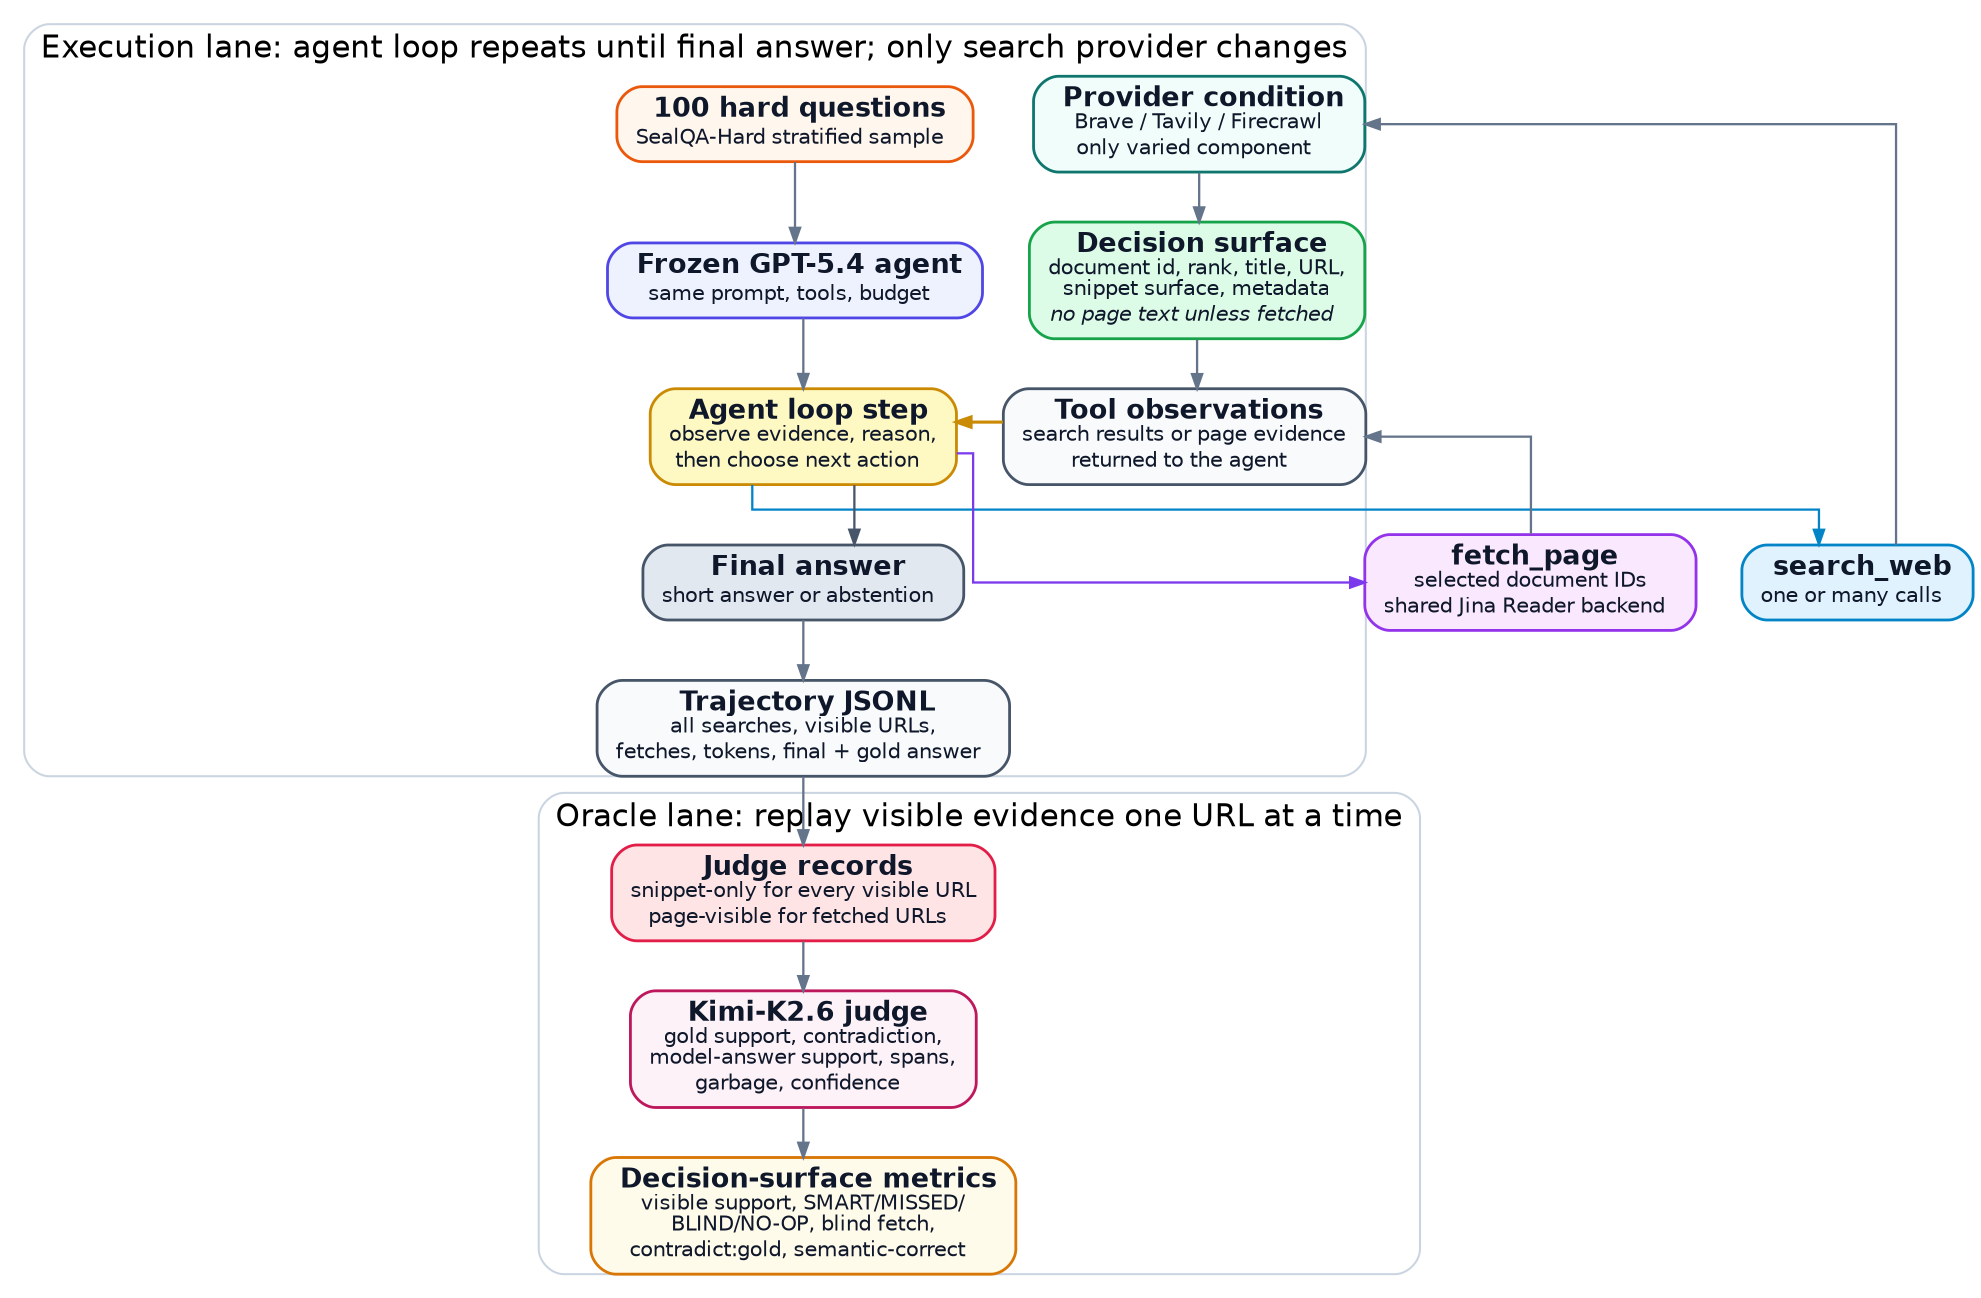
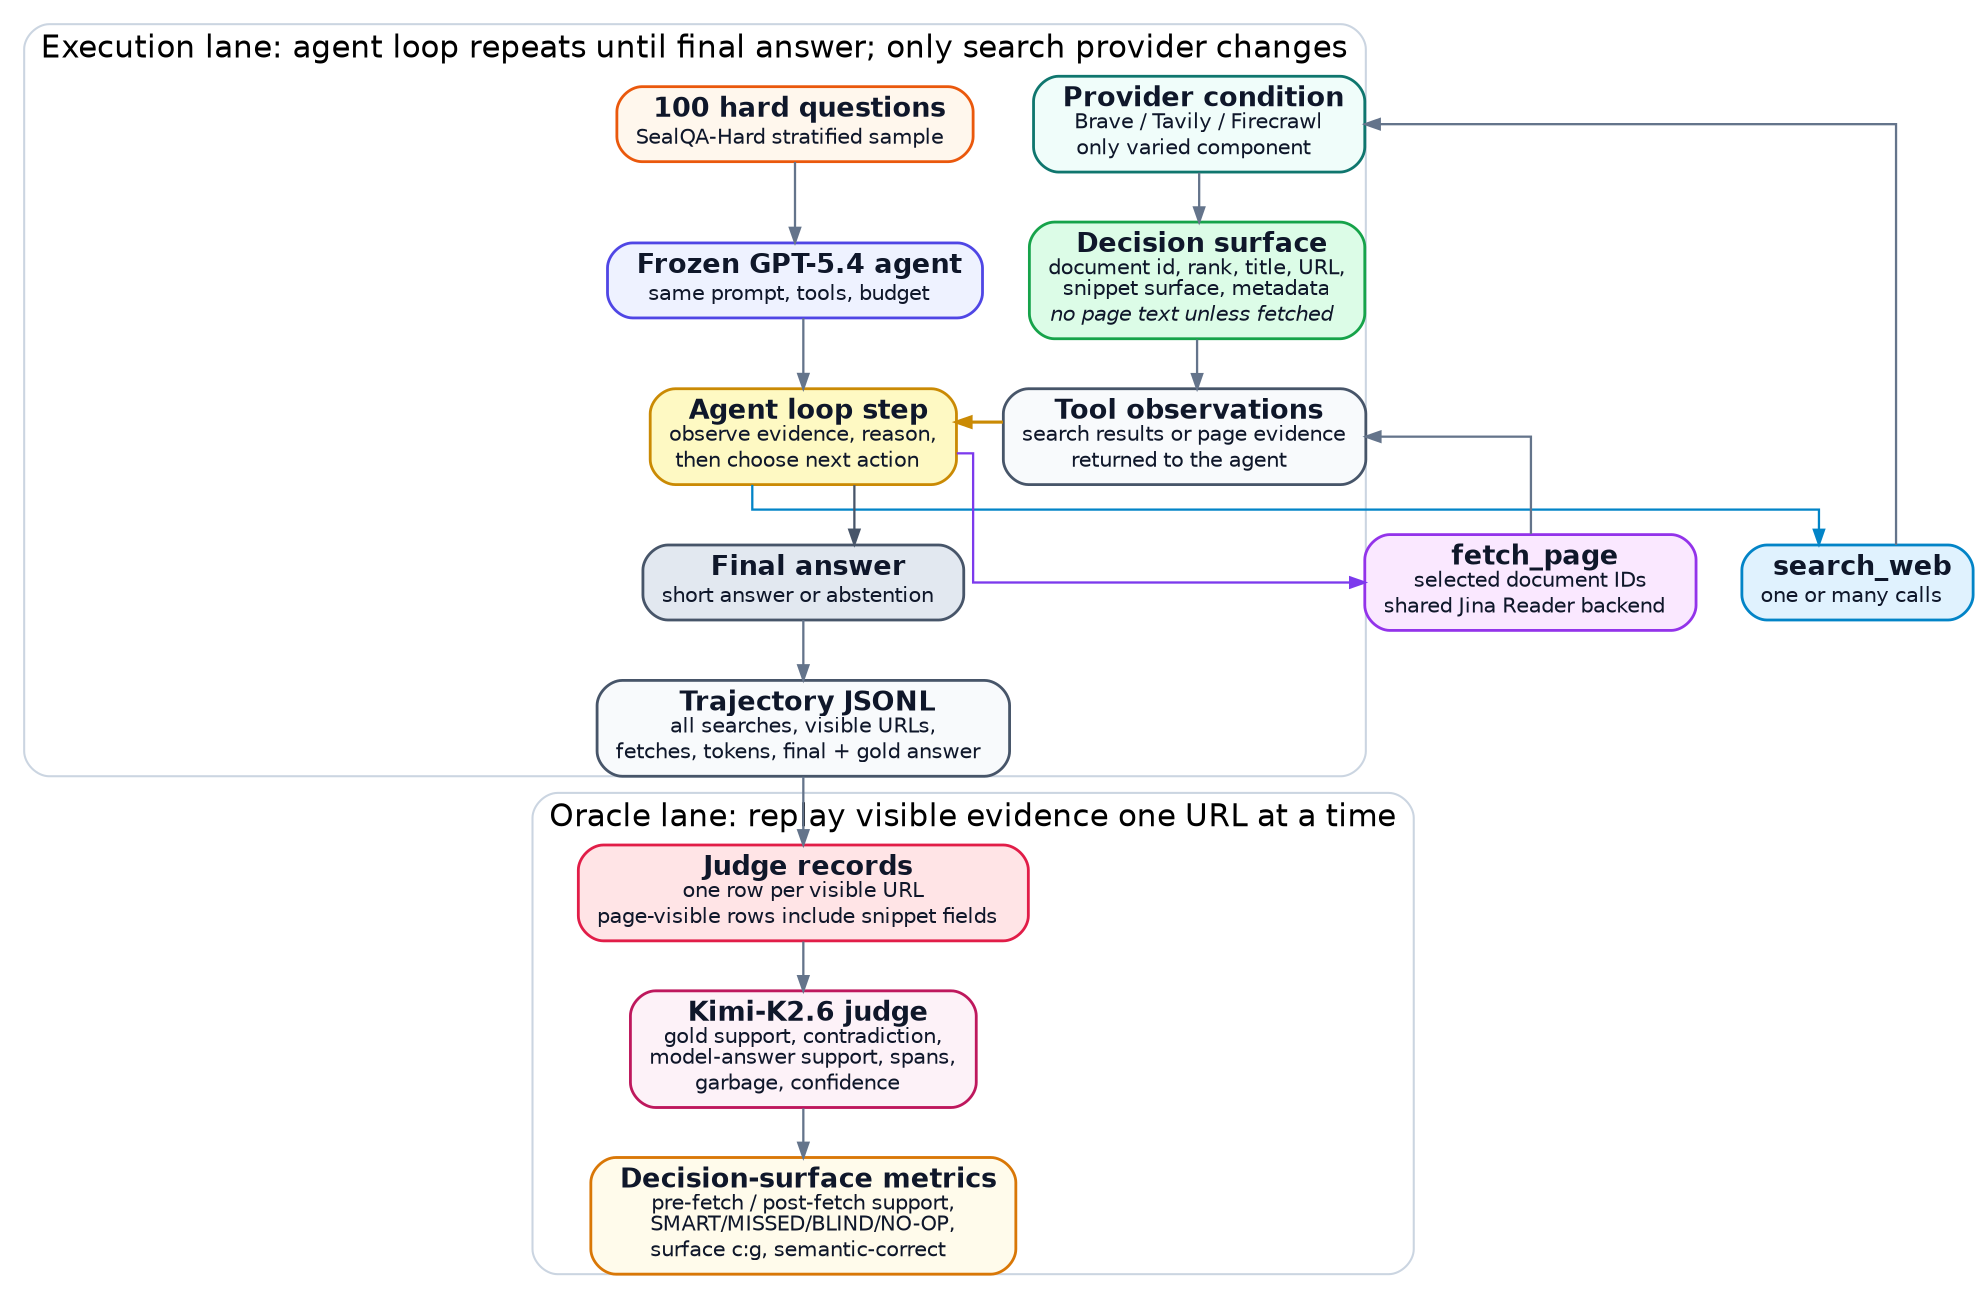
digraph G {
  graph [rankdir=TB, bgcolor="white", margin=0.03, pad=0.02, nodesep=0.30, ranksep=0.34, splines=ortho, fontname="Helvetica"];
  node [shape=box, style="rounded,filled", fontname="Helvetica", fontsize=13, penwidth=1.35, margin="0.12,0.07", color="#334155", fontcolor="#0F172A"];
  edge [fontname="Helvetica", fontsize=10, color="#64748B", arrowsize=0.7, penwidth=1.1, fontcolor="#475569"];

  q      [label=< <B>100 hard questions</B><BR/><FONT POINT-SIZE="10">SealQA-Hard stratified sample</FONT> >, fillcolor="#FFF7ED", color="#EA580C"];
  agent  [label=< <B>Frozen GPT-5.4 agent</B><BR/><FONT POINT-SIZE="10">same prompt, tools, budget</FONT> >, fillcolor="#EEF2FF", color="#4F46E5"];
  step   [label=< <B>Agent loop step</B><BR/><FONT POINT-SIZE="10">observe evidence, reason,<BR/>then choose next action</FONT> >, fillcolor="#FEF9C3", color="#CA8A04"];
  search [label=< <B>search_web</B><BR/><FONT POINT-SIZE="10">one or many calls</FONT> >, fillcolor="#E0F2FE", color="#0284C7"];
  prov   [label=< <B>Provider condition</B><BR/><FONT POINT-SIZE="10">Brave / Tavily / Firecrawl<BR/>only varied component</FONT> >, fillcolor="#F0FDFA", color="#0F766E"];
  surf   [label=< <B>Decision surface</B><BR/><FONT POINT-SIZE="10">document id, rank, title, URL,<BR/>snippet surface, metadata<BR/><I>no page text unless fetched</I></FONT> >, fillcolor="#DCFCE7", color="#16A34A"];
  fetch  [label=< <B>fetch_page</B><BR/><FONT POINT-SIZE="10">selected document IDs<BR/>shared Jina Reader backend</FONT> >, fillcolor="#FAE8FF", color="#9333EA"];
  obs    [label=< <B>Tool observations</B><BR/><FONT POINT-SIZE="10">search results or page evidence<BR/>returned to the agent</FONT> >, fillcolor="#F8FAFC", color="#475569"];
  ans    [label=< <B>Final answer</B><BR/><FONT POINT-SIZE="10">short answer or abstention</FONT> >, fillcolor="#E2E8F0", color="#475569"];
  trace  [label=< <B>Trajectory JSONL</B><BR/><FONT POINT-SIZE="10">all searches, visible URLs,<BR/>fetches, tokens, final + gold answer</FONT> >, fillcolor="#F8FAFC", color="#475569"];
-   records [label=< <B>Judge records</B><BR/><FONT POINT-SIZE="10">snippet-only for every visible URL<BR/>page-visible for fetched URLs</FONT> >, fillcolor="#FFE4E6", color="#E11D48"];
+   records [label=< <B>Judge records</B><BR/><FONT POINT-SIZE="10">one row per visible URL<BR/>page-visible rows include snippet fields</FONT> >, fillcolor="#FFE4E6", color="#E11D48"];
  kimi    [label=< <B>Kimi-K2.6 judge</B><BR/><FONT POINT-SIZE="10">gold support, contradiction,<BR/>model-answer support, spans,<BR/>garbage, confidence</FONT> >, fillcolor="#FDF2F8", color="#BE185D"];
-   metrics [label=< <B>Decision-surface metrics</B><BR/><FONT POINT-SIZE="10">visible support, SMART/MISSED/<BR/>BLIND/NO-OP, blind fetch,<BR/>contradict:gold, semantic-correct</FONT> >, fillcolor="#FFFBEB", color="#D97706"];
+   metrics [label=< <B>Decision-surface metrics</B><BR/><FONT POINT-SIZE="10">pre-fetch / post-fetch support,<BR/>SMART/MISSED/BLIND/NO-OP,<BR/>surface c:g, semantic-correct</FONT> >, fillcolor="#FFFBEB", color="#D97706"];

  q -> agent -> step;
  step -> search [color="#0284C7"];
  search -> prov -> surf -> obs;
  step -> fetch [color="#7C3AED"];
  fetch -> obs;
  obs -> step [color="#CA8A04", penwidth=1.5, constraint=false];
  step -> ans [color="#475569"];
  ans -> trace -> records -> kimi -> metrics;

  {rank=same; search; fetch;}
  subgraph cluster_exec {
    label="Execution lane: agent loop repeats until final answer; only search provider changes";
    color="#CBD5E1"; style="rounded"; penwidth=1.0; fontsize=15; fontname="Helvetica";
    q; agent; step; search; prov; surf; fetch; obs; ans; trace;
  }
  subgraph cluster_oracle {
    label="Oracle lane: replay visible evidence one URL at a time";
    color="#CBD5E1"; style="rounded"; penwidth=1.0; fontsize=15; fontname="Helvetica";
    records; kimi; metrics;
  }
}
